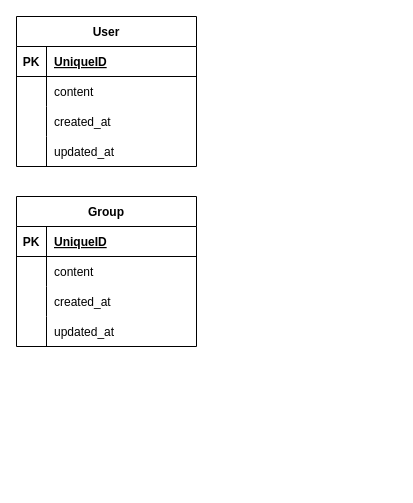
Ocha-Misaki/mini_blog keeps this draw.io diagram as table.dio. Above is the earlier version. Source tidied: cells renumbered, new cells numbered last; positions are measured from the earlier drawing's top-left corner, leaving out a move shared by most shapes. Both pictures are drawn from the tidied source at 100%, with x=0, y=0 at pixel (16, 16).
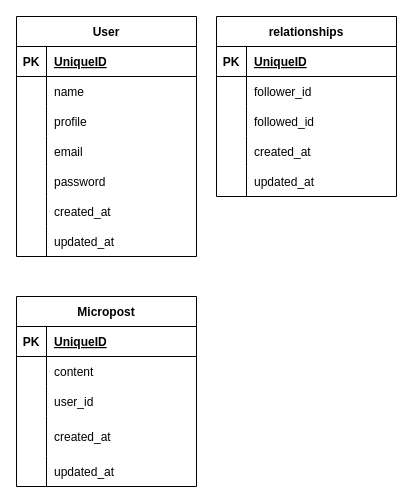
The same diagram, later.

The change refers to these unchanged cells:
```xml
<mxCell id="6" style="shape=tableRow;horizontal=0;startSize=0;swimlaneHead=0;swimlaneBody=0;fillColor=none;top=0;left=0;right=0;bottom=0;" parent="2" vertex="1">
  <mxGeometry y="60" width="180" height="30" as="geometry" />
</mxCell>
```

Diff of the diagram source:
```diff
@@
     <mxCell id="2" value="User" style="shape=table;startSize=30;childLayout=tableLayout;rowLines=0;fontStyle=1;align=center;" parent="1" vertex="1">
-      <mxGeometry width="180" height="150" as="geometry" />
+      <mxGeometry width="180" height="240" as="geometry" />
     </mxCell>
@@
-    <mxCell id="8" value="content" style="shape=partialRectangle;fillColor=none;top=0;left=0;bottom=0;right=0;align=left;spacingLeft=6;overflow=hidden;" parent="6" vertex="1">
+    <mxCell id="8" value="name" style="shape=partialRectangle;fillColor=none;top=0;left=0;bottom=0;right=0;align=left;spacingLeft=6;overflow=hidden;" parent="6" vertex="1">
       <mxGeometry x="30" width="150" height="30" as="geometry" />
     </mxCell>
+    <mxCell id="28" style="shape=tableRow;horizontal=0;startSize=0;swimlaneHead=0;swimlaneBody=0;fillColor=none;top=0;left=0;right=0;bottom=0;" parent="2" vertex="1">
+      <mxGeometry y="90" width="180" height="30" as="geometry" />
+    </mxCell>
+    <mxCell id="29" style="shape=partialRectangle;fillColor=none;top=0;left=0;bottom=0;right=0;overflow=hidden;" parent="28" vertex="1">
+      <mxGeometry width="30" height="30" as="geometry" />
+    </mxCell>
+    <mxCell id="30" value="profile" style="shape=partialRectangle;fillColor=none;top=0;left=0;bottom=0;right=0;align=left;spacingLeft=6;overflow=hidden;" parent="28" vertex="1">
+      <mxGeometry x="30" width="150" height="30" as="geometry" />
+    </mxCell>
+    <mxCell id="31" style="shape=tableRow;horizontal=0;startSize=0;swimlaneHead=0;swimlaneBody=0;fillColor=none;top=0;left=0;right=0;bottom=0;" parent="2" vertex="1">
+      <mxGeometry y="120" width="180" height="30" as="geometry" />
+    </mxCell>
+    <mxCell id="32" style="shape=partialRectangle;fillColor=none;top=0;left=0;bottom=0;right=0;overflow=hidden;" parent="31" vertex="1">
+      <mxGeometry width="30" height="30" as="geometry" />
+    </mxCell>
+    <mxCell id="33" value="email" style="shape=partialRectangle;fillColor=none;top=0;left=0;bottom=0;right=0;align=left;spacingLeft=6;overflow=hidden;" parent="31" vertex="1">
+      <mxGeometry x="30" width="150" height="30" as="geometry" />
+    </mxCell>
+    <mxCell id="34" style="shape=tableRow;horizontal=0;startSize=0;swimlaneHead=0;swimlaneBody=0;fillColor=none;top=0;left=0;right=0;bottom=0;" parent="2" vertex="1">
+      <mxGeometry y="150" width="180" height="30" as="geometry" />
+    </mxCell>
+    <mxCell id="35" style="shape=partialRectangle;fillColor=none;top=0;left=0;bottom=0;right=0;overflow=hidden;" parent="34" vertex="1">
+      <mxGeometry width="30" height="30" as="geometry" />
+    </mxCell>
+    <mxCell id="36" value="password" style="shape=partialRectangle;fillColor=none;top=0;left=0;bottom=0;right=0;align=left;spacingLeft=6;overflow=hidden;" parent="34" vertex="1">
+      <mxGeometry x="30" width="150" height="30" as="geometry" />
+    </mxCell>
     <mxCell id="9" style="shape=tableRow;horizontal=0;startSize=0;swimlaneHead=0;swimlaneBody=0;fillColor=none;top=0;left=0;right=0;bottom=0;" parent="2" vertex="1">
-      <mxGeometry y="90" width="180" height="30" as="geometry" />
+      <mxGeometry y="180" width="180" height="30" as="geometry" />
     </mxCell>
@@
     <mxCell id="12" style="shape=tableRow;horizontal=0;startSize=0;swimlaneHead=0;swimlaneBody=0;fillColor=none;top=0;left=0;right=0;bottom=0;" parent="2" vertex="1">
-      <mxGeometry y="120" width="180" height="30" as="geometry" />
+      <mxGeometry y="210" width="180" height="30" as="geometry" />
     </mxCell>
@@
-    <mxCell id="15" value="Group" style="shape=table;startSize=30;childLayout=tableLayout;rowLines=0;fontStyle=1;align=center;" parent="1" vertex="1">
-      <mxGeometry y="180" width="180" height="150" as="geometry" />
-    </mxCell>
-    <mxCell id="16" style="shape=tableRow;horizontal=0;startSize=0;swimlaneHead=0;swimlaneBody=0;fillColor=none;top=0;left=0;right=0;bottom=1;" parent="15" vertex="1">
-      <mxGeometry y="30" width="180" height="30" as="geometry" />
-    </mxCell>
-    <mxCell id="17" value="PK" style="shape=partialRectangle;fillColor=none;top=0;left=0;bottom=0;right=0;fontStyle=1;overflow=hidden;" parent="16" vertex="1">
-      <mxGeometry width="30" height="30" as="geometry" />
-    </mxCell>
-    <mxCell id="18" value="UniqueID" style="shape=partialRectangle;fillColor=none;top=0;left=0;bottom=0;right=0;align=left;spacingLeft=6;fontStyle=5;overflow=hidden;" parent="16" vertex="1">
-      <mxGeometry x="30" width="150" height="30" as="geometry" />
-    </mxCell>
-    <mxCell id="19" style="shape=tableRow;horizontal=0;startSize=0;swimlaneHead=0;swimlaneBody=0;fillColor=none;top=0;left=0;right=0;bottom=0;" parent="15" vertex="1">
-      <mxGeometry y="60" width="180" height="30" as="geometry" />
-    </mxCell>
-    <mxCell id="20" style="shape=partialRectangle;fillColor=none;top=0;left=0;bottom=0;right=0;overflow=hidden;" parent="19" vertex="1">
-      <mxGeometry width="30" height="30" as="geometry" />
-    </mxCell>
+    <mxCell id="37" value="relationships" style="shape=table;startSize=30;childLayout=tableLayout;rowLines=0;fontStyle=1;align=center;" parent="1" vertex="1">
+      <mxGeometry x="200" width="180" height="180" as="geometry" />
+    </mxCell>
+    <mxCell id="38" style="shape=tableRow;horizontal=0;startSize=0;swimlaneHead=0;swimlaneBody=0;fillColor=none;top=0;left=0;right=0;bottom=1;" parent="37" vertex="1">
+      <mxGeometry y="30" width="180" height="30" as="geometry" />
+    </mxCell>
+    <mxCell id="39" value="PK" style="shape=partialRectangle;fillColor=none;top=0;left=0;bottom=0;right=0;fontStyle=1;overflow=hidden;" parent="38" vertex="1">
+      <mxGeometry width="30" height="30" as="geometry" />
+    </mxCell>
+    <mxCell id="40" value="UniqueID" style="shape=partialRectangle;fillColor=none;top=0;left=0;bottom=0;right=0;align=left;spacingLeft=6;fontStyle=5;overflow=hidden;" parent="38" vertex="1">
+      <mxGeometry x="30" width="150" height="30" as="geometry" />
+    </mxCell>
+    <mxCell id="41" style="shape=tableRow;horizontal=0;startSize=0;swimlaneHead=0;swimlaneBody=0;fillColor=none;top=0;left=0;right=0;bottom=0;" parent="37" vertex="1">
+      <mxGeometry y="60" width="180" height="30" as="geometry" />
+    </mxCell>
+    <mxCell id="42" style="shape=partialRectangle;fillColor=none;top=0;left=0;bottom=0;right=0;overflow=hidden;" parent="41" vertex="1">
+      <mxGeometry width="30" height="30" as="geometry" />
+    </mxCell>
+    <mxCell id="43" value="follower_id" style="shape=partialRectangle;fillColor=none;top=0;left=0;bottom=0;right=0;align=left;spacingLeft=6;overflow=hidden;" parent="41" vertex="1">
+      <mxGeometry x="30" width="150" height="30" as="geometry" />
+    </mxCell>
+    <mxCell id="44" style="shape=tableRow;horizontal=0;startSize=0;swimlaneHead=0;swimlaneBody=0;fillColor=none;top=0;left=0;right=0;bottom=0;" parent="37" vertex="1">
+      <mxGeometry y="90" width="180" height="30" as="geometry" />
+    </mxCell>
+    <mxCell id="45" style="shape=partialRectangle;fillColor=none;top=0;left=0;bottom=0;right=0;overflow=hidden;" parent="44" vertex="1">
+      <mxGeometry width="30" height="30" as="geometry" />
+    </mxCell>
+    <mxCell id="46" value="followed_id" style="shape=partialRectangle;fillColor=none;top=0;left=0;bottom=0;right=0;align=left;spacingLeft=6;overflow=hidden;" parent="44" vertex="1">
+      <mxGeometry x="30" width="150" height="30" as="geometry" />
+    </mxCell>
+    <mxCell id="47" style="shape=tableRow;horizontal=0;startSize=0;swimlaneHead=0;swimlaneBody=0;fillColor=none;top=0;left=0;right=0;bottom=0;" parent="37" vertex="1">
+      <mxGeometry y="120" width="180" height="30" as="geometry" />
+    </mxCell>
+    <mxCell id="48" style="shape=partialRectangle;fillColor=none;top=0;left=0;bottom=0;right=0;overflow=hidden;" parent="47" vertex="1">
+      <mxGeometry width="30" height="30" as="geometry" />
+    </mxCell>
+    <mxCell id="24" value="created_at" style="shape=partialRectangle;fillColor=none;top=0;left=0;bottom=0;right=0;align=left;spacingLeft=6;overflow=hidden;" parent="47" vertex="1">
+      <mxGeometry x="30" width="150" height="30" as="geometry" />
+    </mxCell>
+    <mxCell id="49" style="shape=tableRow;horizontal=0;startSize=0;swimlaneHead=0;swimlaneBody=0;fillColor=none;top=0;left=0;right=0;bottom=0;" parent="37" vertex="1">
+      <mxGeometry y="150" width="180" height="30" as="geometry" />
+    </mxCell>
+    <mxCell id="50" style="shape=partialRectangle;fillColor=none;top=0;left=0;bottom=0;right=0;overflow=hidden;" parent="49" vertex="1">
+      <mxGeometry width="30" height="30" as="geometry" />
+    </mxCell>
+    <mxCell id="51" value="updated_at" style="shape=partialRectangle;fillColor=none;top=0;left=0;bottom=0;right=0;align=left;spacingLeft=6;overflow=hidden;" parent="49" vertex="1">
+      <mxGeometry x="30" width="150" height="30" as="geometry" />
+    </mxCell>
+    <mxCell id="52" value="Micropost" style="shape=table;startSize=30;childLayout=tableLayout;rowLines=0;fontStyle=1;align=center;" parent="1" vertex="1">
+      <mxGeometry y="280" width="180" height="190" as="geometry" />
+    </mxCell>
+    <mxCell id="53" style="shape=tableRow;horizontal=0;startSize=0;swimlaneHead=0;swimlaneBody=0;fillColor=none;top=0;left=0;right=0;bottom=1;" parent="52" vertex="1">
+      <mxGeometry y="30" width="180" height="30" as="geometry" />
+    </mxCell>
+    <mxCell id="54" value="PK" style="shape=partialRectangle;fillColor=none;top=0;left=0;bottom=0;right=0;fontStyle=1;overflow=hidden;" parent="53" vertex="1">
+      <mxGeometry width="30" height="30" as="geometry" />
+    </mxCell>
+    <mxCell id="55" value="UniqueID" style="shape=partialRectangle;fillColor=none;top=0;left=0;bottom=0;right=0;align=left;spacingLeft=6;fontStyle=5;overflow=hidden;" parent="53" vertex="1">
+      <mxGeometry x="30" width="150" height="30" as="geometry" />
+    </mxCell>
+    <mxCell id="56" style="shape=tableRow;horizontal=0;startSize=0;swimlaneHead=0;swimlaneBody=0;fillColor=none;top=0;left=0;right=0;bottom=0;" parent="52" vertex="1">
+      <mxGeometry y="60" width="180" height="30" as="geometry" />
+    </mxCell>
+    <mxCell id="57" style="shape=partialRectangle;fillColor=none;top=0;left=0;bottom=0;right=0;overflow=hidden;" parent="56" vertex="1">
+      <mxGeometry width="30" height="30" as="geometry" />
+    </mxCell>
-    <mxCell id="21" value="content" style="shape=partialRectangle;fillColor=none;top=0;left=0;bottom=0;right=0;align=left;spacingLeft=6;overflow=hidden;" parent="19" vertex="1">
+    <mxCell id="21" value="content" style="shape=partialRectangle;fillColor=none;top=0;left=0;bottom=0;right=0;align=left;spacingLeft=6;overflow=hidden;" parent="56" vertex="1">
       <mxGeometry x="30" width="150" height="30" as="geometry" />
     </mxCell>
-    <mxCell id="22" style="shape=tableRow;horizontal=0;startSize=0;swimlaneHead=0;swimlaneBody=0;fillColor=none;top=0;left=0;right=0;bottom=0;" parent="15" vertex="1">
-      <mxGeometry y="90" width="180" height="30" as="geometry" />
-    </mxCell>
-    <mxCell id="23" style="shape=partialRectangle;fillColor=none;top=0;left=0;bottom=0;right=0;overflow=hidden;" parent="22" vertex="1">
-      <mxGeometry width="30" height="30" as="geometry" />
-    </mxCell>
-    <mxCell id="24" value="created_at" style="shape=partialRectangle;fillColor=none;top=0;left=0;bottom=0;right=0;align=left;spacingLeft=6;overflow=hidden;" parent="22" vertex="1">
-      <mxGeometry x="30" width="150" height="30" as="geometry" />
-    </mxCell>
-    <mxCell id="25" style="shape=tableRow;horizontal=0;startSize=0;swimlaneHead=0;swimlaneBody=0;fillColor=none;top=0;left=0;right=0;bottom=0;" parent="15" vertex="1">
-      <mxGeometry y="120" width="180" height="30" as="geometry" />
-    </mxCell>
-    <mxCell id="26" style="shape=partialRectangle;fillColor=none;top=0;left=0;bottom=0;right=0;overflow=hidden;" parent="25" vertex="1">
-      <mxGeometry width="30" height="30" as="geometry" />
-    </mxCell>
-    <mxCell id="27" value="updated_at" style="shape=partialRectangle;fillColor=none;top=0;left=0;bottom=0;right=0;align=left;spacingLeft=6;overflow=hidden;" parent="25" vertex="1">
-      <mxGeometry x="30" width="150" height="30" as="geometry" />
-    </mxCell>
+    <mxCell id="58" style="shape=tableRow;horizontal=0;startSize=0;swimlaneHead=0;swimlaneBody=0;fillColor=none;top=0;left=0;right=0;bottom=0;" parent="52" vertex="1">
+      <mxGeometry y="90" width="180" height="30" as="geometry" />
+    </mxCell>
+    <mxCell id="59" style="shape=partialRectangle;fillColor=none;top=0;left=0;bottom=0;right=0;overflow=hidden;" parent="58" vertex="1">
+      <mxGeometry width="30" height="30" as="geometry" />
+    </mxCell>
+    <mxCell id="60" value="user_id" style="shape=partialRectangle;fillColor=none;top=0;left=0;bottom=0;right=0;align=left;spacingLeft=6;overflow=hidden;" parent="58" vertex="1">
+      <mxGeometry x="30" width="150" height="30" as="geometry" />
+    </mxCell>
+    <mxCell id="61" style="shape=tableRow;horizontal=0;startSize=0;swimlaneHead=0;swimlaneBody=0;fillColor=none;top=0;left=0;right=0;bottom=0;" parent="52" vertex="1">
+      <mxGeometry y="120" width="180" height="40" as="geometry" />
+    </mxCell>
+    <mxCell id="62" style="shape=partialRectangle;fillColor=none;top=0;left=0;bottom=0;right=0;overflow=hidden;" parent="61" vertex="1">
+      <mxGeometry width="30" height="40" as="geometry" />
+    </mxCell>
+    <mxCell id="63" value="created_at" style="shape=partialRectangle;fillColor=none;top=0;left=0;bottom=0;right=0;align=left;spacingLeft=6;overflow=hidden;" parent="61" vertex="1">
+      <mxGeometry x="30" width="150" height="40" as="geometry" />
+    </mxCell>
+    <mxCell id="64" style="shape=tableRow;horizontal=0;startSize=0;swimlaneHead=0;swimlaneBody=0;fillColor=none;top=0;left=0;right=0;bottom=0;" parent="52" vertex="1">
+      <mxGeometry y="160" width="180" height="30" as="geometry" />
+    </mxCell>
+    <mxCell id="65" style="shape=partialRectangle;fillColor=none;top=0;left=0;bottom=0;right=0;overflow=hidden;" parent="64" vertex="1">
+      <mxGeometry width="30" height="30" as="geometry" />
+    </mxCell>
+    <mxCell id="66" value="updated_at" style="shape=partialRectangle;fillColor=none;top=0;left=0;bottom=0;right=0;align=left;spacingLeft=6;overflow=hidden;" parent="64" vertex="1">
+      <mxGeometry x="30" width="150" height="30" as="geometry" />
+    </mxCell>
```
